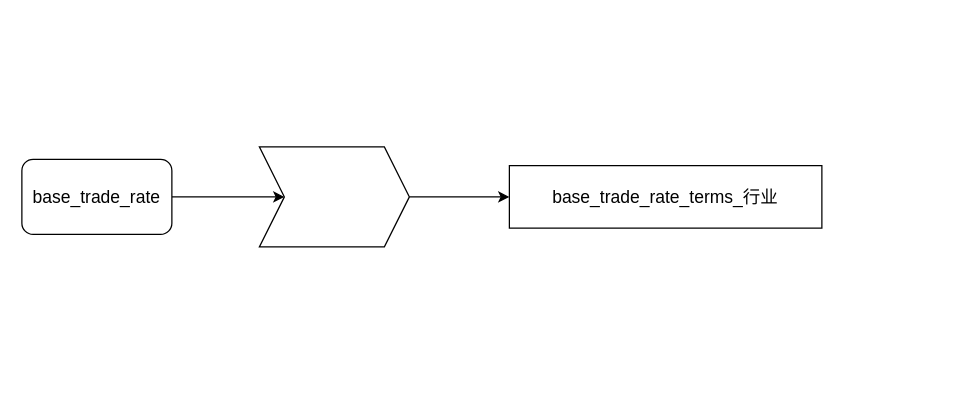
Before: 流程图/voc大数据.drawio in xiaoa1/liuchengtu, a draw.io diagram. Source tidied: cells renumbered, new cells numbered last; positions are measured from the earlier drawing's top-left corner, leaving out a move shared by most shapes. Both pictures are drawn from the tidied source at 125%, with x=0, y=0 at pixel (21, 146).
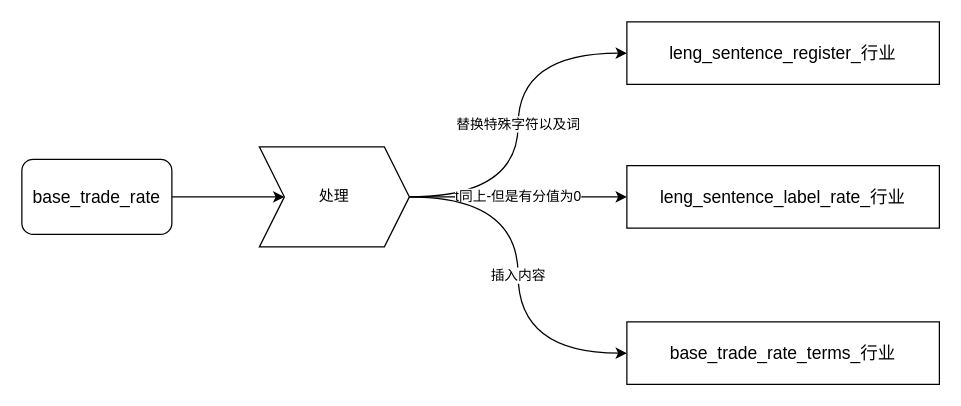
After the change.

Commit message (it also covers changes not shown here):
更新voc大数据.drawio

The edit, as a diff of the source:
```diff
@@
 <mxGraphModel>
   <root>
     <mxCell id="0" />
     <mxCell id="1" parent="0" />
     <mxCell id="2" style="edgeStyle=orthogonalEdgeStyle;rounded=0;jettySize=auto;html=1;exitX=1;exitY=0.5;exitDx=0;exitDy=0;entryX=0;entryY=0.5;entryDx=0;entryDy=0;" parent="1" edge="1" source="3" target="6">
       <mxGeometry relative="1" as="geometry" />
     </mxCell>
     <mxCell id="3" value="&lt;pre style=&quot;background-color: rgb(255, 255, 255); font-family: 宋体; font-size: 10.5pt;&quot;&gt;base_trade_rate&lt;/pre&gt;" style="rounded=1;whiteSpace=wrap;html=1;" parent="1" vertex="1">
       <mxGeometry y="10" width="120" height="60" as="geometry" />
     </mxCell>
     <mxCell id="4" value="&lt;pre style=&quot;border-color: var(--border-color); font-family: 宋体; font-size: 10.5pt;&quot;&gt;base_trade_rate_terms_行业&lt;/pre&gt;" style="rounded=0;whiteSpace=wrap;html=1;" parent="1" vertex="1">
-      <mxGeometry x="390" y="15" width="250" height="50" as="geometry" />
+      <mxGeometry x="484" y="140" width="250" height="50" as="geometry" />
     </mxCell>
+    <mxCell id="7" value="替换特殊字符以及词" style="edgeStyle=orthogonalEdgeStyle;rounded=0;jettySize=auto;html=1;exitX=1;exitY=0.5;exitDx=0;exitDy=0;entryX=0;entryY=0.5;entryDx=0;entryDy=0;curved=1;" parent="1" edge="1" source="6" target="9">
+      <mxGeometry relative="1" as="geometry" />
+    </mxCell>
+    <mxCell id="8" value="t同上-但是有分值为0" style="edgeStyle=orthogonalEdgeStyle;rounded=0;jettySize=auto;html=1;exitX=1;exitY=0.5;exitDx=0;exitDy=0;entryX=0;entryY=0.5;entryDx=0;entryDy=0;" parent="1" edge="1" source="6" target="10">
+      <mxGeometry relative="1" as="geometry" />
+    </mxCell>
-    <mxCell id="5" style="edgeStyle=orthogonalEdgeStyle;rounded=0;jettySize=auto;html=1;exitX=1;exitY=0.5;exitDx=0;exitDy=0;" parent="1" edge="1" source="6" target="4">
+    <mxCell id="5" value="插入内容" style="edgeStyle=orthogonalEdgeStyle;rounded=0;jettySize=auto;html=1;exitX=1;exitY=0.5;exitDx=0;exitDy=0;entryX=0;entryY=0.5;entryDx=0;entryDy=0;curved=1;" parent="1" edge="1" source="6" target="4">
       <mxGeometry relative="1" as="geometry" />
     </mxCell>
-    <mxCell id="6" style="shape=step;perimeter=stepPerimeter;whiteSpace=wrap;html=1;fixedSize=1;" parent="1" vertex="1">
+    <mxCell id="6" value="处理" style="shape=step;perimeter=stepPerimeter;whiteSpace=wrap;html=1;fixedSize=1;" parent="1" vertex="1">
       <mxGeometry x="190" width="120" height="80" as="geometry" />
     </mxCell>
+    <mxCell id="9" value="&lt;pre style=&quot;border-color: var(--border-color); font-family: 宋体; font-size: 10.5pt;&quot;&gt;leng_sentence_register_行业&lt;/pre&gt;" style="rounded=0;whiteSpace=wrap;html=1;" parent="1" vertex="1">
+      <mxGeometry x="484" y="-100" width="250" height="50" as="geometry" />
+    </mxCell>
+    <mxCell id="10" value="&lt;pre style=&quot;border-color: var(--border-color); font-family: 宋体; font-size: 10.5pt;&quot;&gt;leng_sentence_label_rate_行业&lt;/pre&gt;" style="rounded=0;whiteSpace=wrap;html=1;" parent="1" vertex="1">
+      <mxGeometry x="484" y="15" width="250" height="50" as="geometry" />
+    </mxCell>
   </root>
 </mxGraphModel>
```
